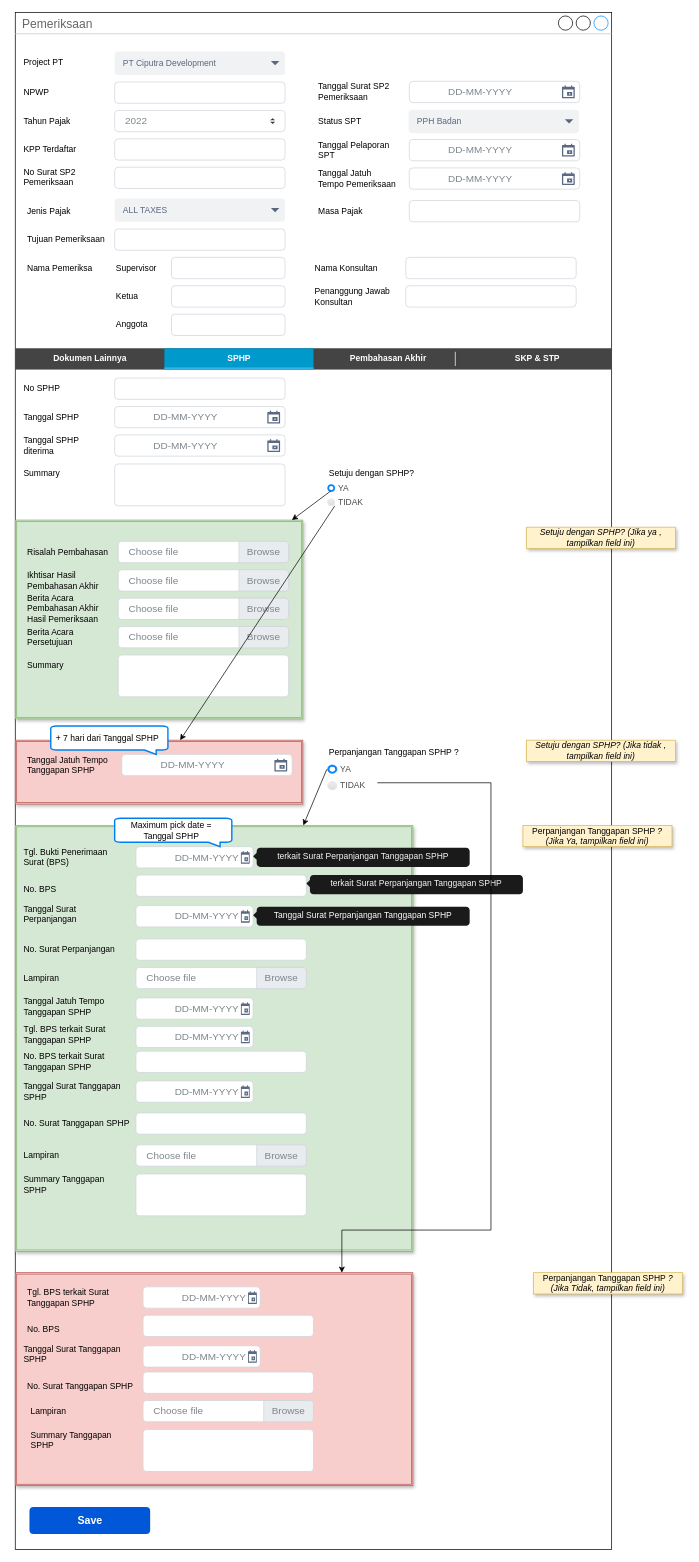
This is page "2.0 Pemeriksaan_addnew" (8 of 22) of TAMS.drawio from prasetyodavid/TAMS, a draw.io file, before an edit. Source tidied: cells renumbered, new cells numbered last; positions are measured from the earlier drawing's top-left corner, leaving out a move shared by most shapes. Both pictures are drawn from the tidied source at 71%, with x=0, y=0 at pixel (15, 12).
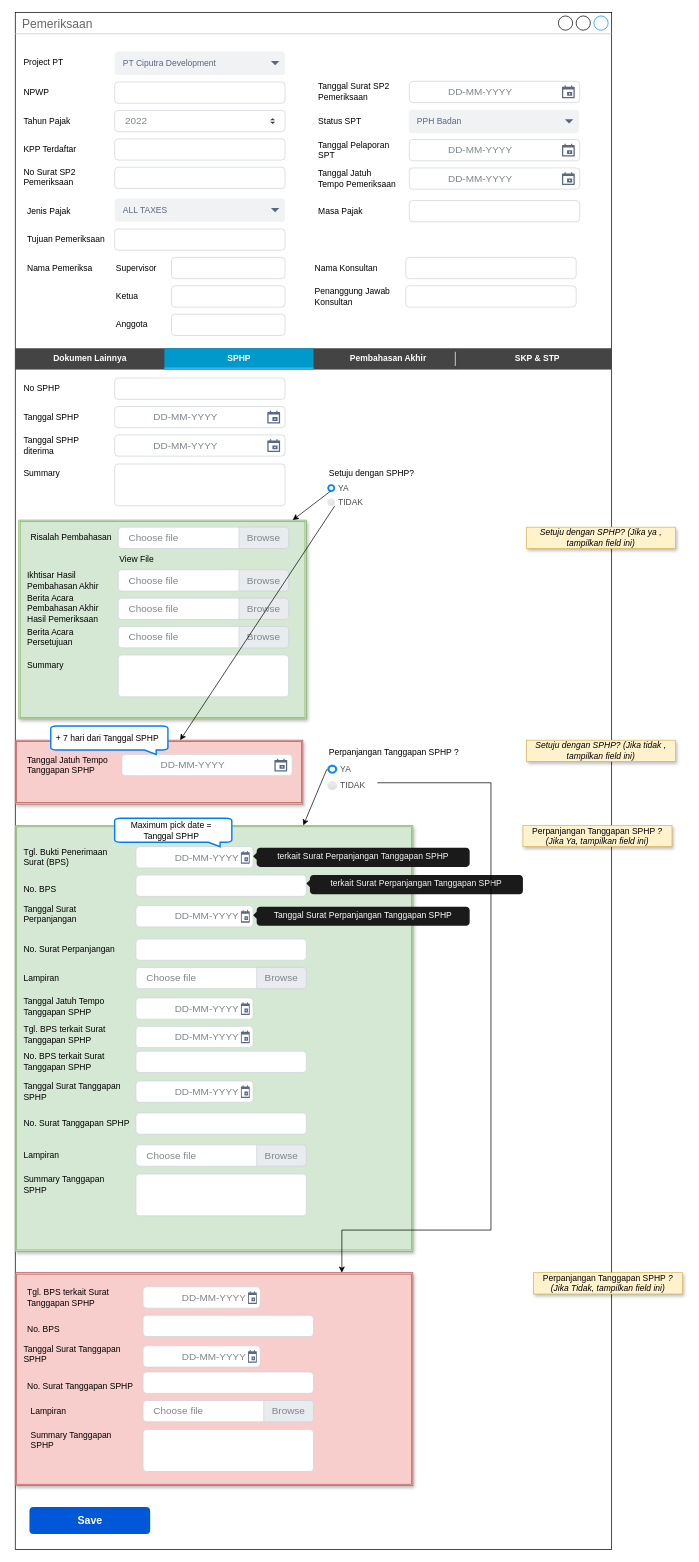
The same page after the edit.

The edit, as a diff of the source:
```diff
@@
     <mxCell id="3" style="shape=ext;double=1;rounded=0;whiteSpace=wrap;html=1;shadow=1;strokeColor=#82b366;strokeWidth=1;fillColor=#d5e8d4;" parent="1" vertex="1">
-      <mxGeometry y="715" width="405" height="280" as="geometry" />
+      <mxGeometry x="5" y="715" width="405" height="280" as="geometry" />
     </mxCell>
@@
     <mxCell id="54" value="Risalah Pembahasan" style="text;html=1;strokeColor=none;fillColor=none;align=left;verticalAlign=middle;whiteSpace=wrap;rounded=0;fontColor=default;" parent="1" vertex="1">
-      <mxGeometry x="15" y="745" width="120" height="30" as="geometry" />
+      <mxGeometry x="20" y="725" width="120" height="30" as="geometry" />
     </mxCell>
     <mxCell id="55" value="Choose file" style="html=1;shadow=0;dashed=0;shape=mxgraph.bootstrap.rrect;rSize=5;strokeColor=#CED4DA;html=1;whiteSpace=wrap;fillColor=#FFFFFF;fontColor=#7D868C;align=left;spacingLeft=0;spacing=15;fontSize=14;" parent="1" vertex="1">
-      <mxGeometry x="145" y="745" width="240" height="30" as="geometry" />
+      <mxGeometry x="145" y="725" width="240" height="30" as="geometry" />
     </mxCell>
@@
+    <mxCell id="169" value="View File" style="text;html=1;strokeColor=none;fillColor=none;align=left;verticalAlign=middle;whiteSpace=wrap;rounded=0;fontColor=default;" parent="1" vertex="1">
+      <mxGeometry x="145" y="755" width="120" height="30" as="geometry" />
+    </mxCell>
```
